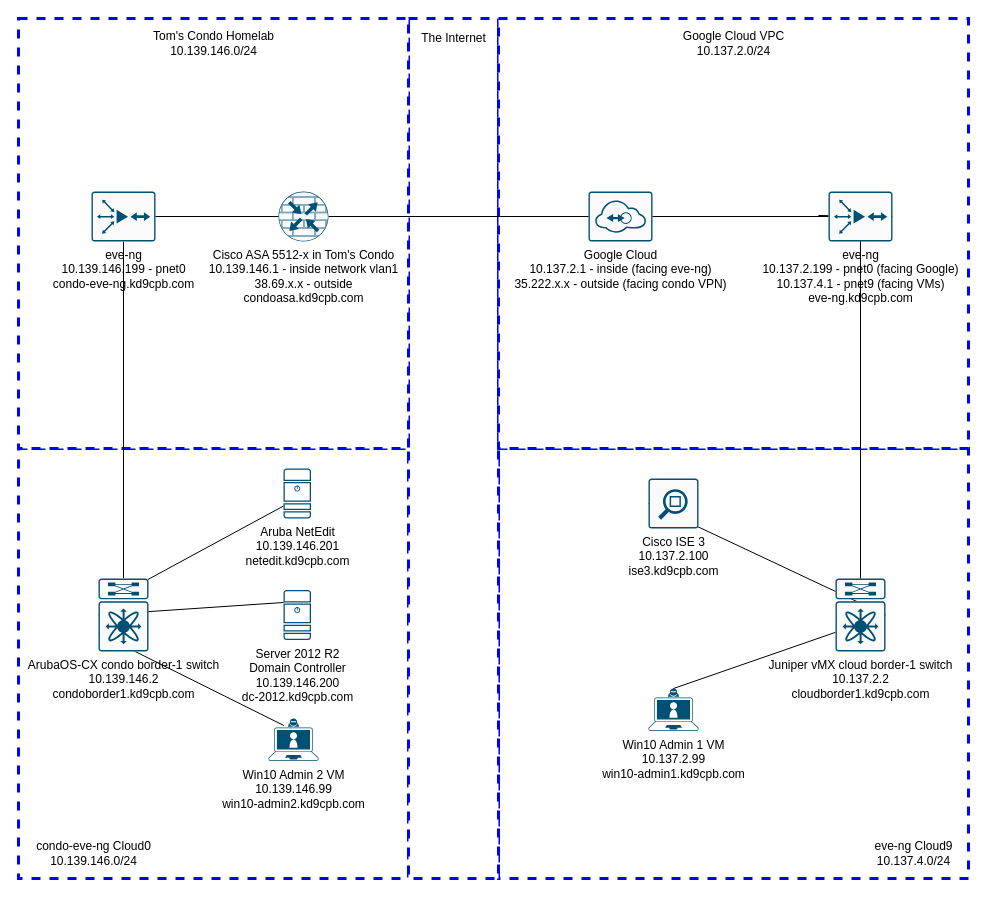
Earlier version of the draw.io diagram lab1/initial_lab.drawio (lboue/homelab). Source tidied: cells renumbered, new cells numbered last; positions are measured from the earlier drawing's top-left corner, leaving out a move shared by most shapes. Both pictures are drawn from the tidied source at 100%, with x=0, y=0 at pixel (18, 18).
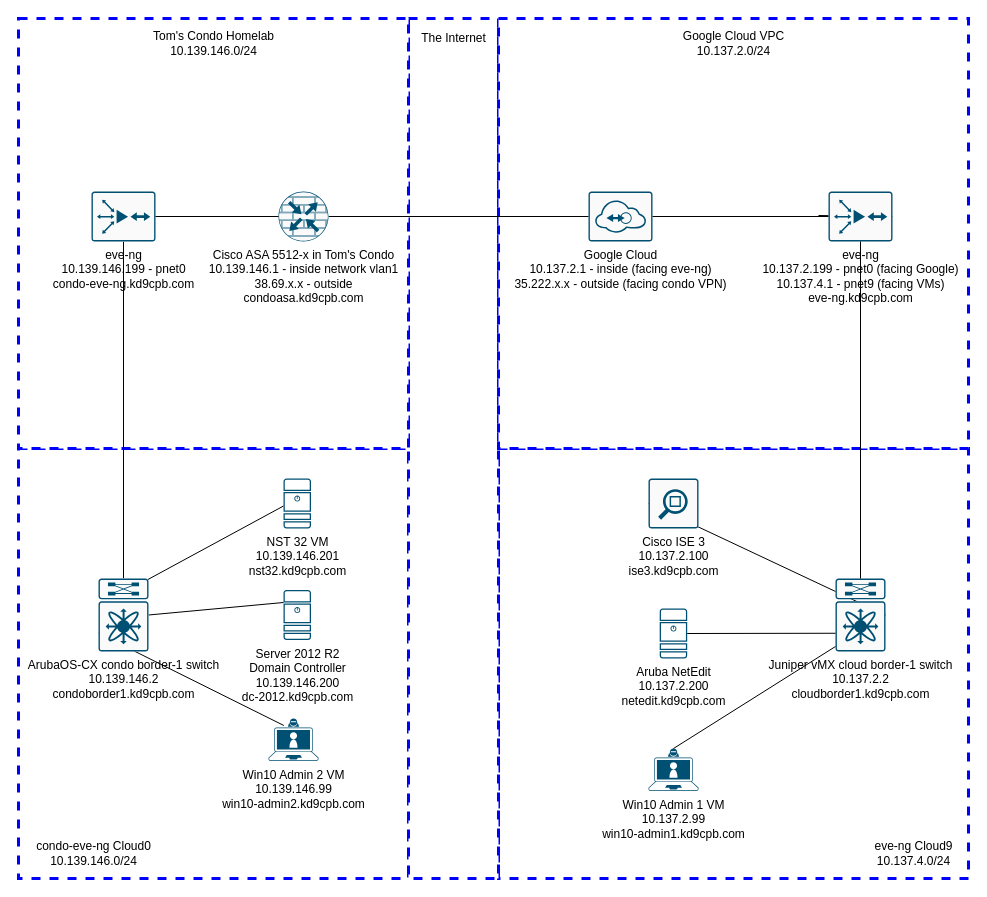
Above is the later version.

The change refers to these unchanged cells:
```xml
<mxCell id="11" value="Juniper vMX cloud border-1 switch&lt;br&gt;10.137.2.2&lt;br&gt;cloudborder1.kd9cpb.com" style="points=[[0.015,0.015,0],[0.985,0.015,0],[0.985,0.985,0],[0.015,0.985,0],[0.25,0,0],[0.5,0,0],[0.75,0,0],[1,0.25,0],[1,0.5,0],[1,0.75,0],[0.75,1,0],[0.5,1,0],[0.25,1,0],[0,0.75,0],[0,0.5,0],[0,0.25,0]];verticalLabelPosition=bottom;html=1;verticalAlign=top;align=center;shape=mxgraph.cisco19.rect;prIcon=nexus_7k;fillColor=#FAFAFA;strokeColor=#005073;" parent="1" vertex="1">
  <mxGeometry x="817" y="560" width="50" height="73" as="geometry" />
</mxCell>
<mxCell id="18" value="Server 2012 R2 &lt;br&gt;Domain Controller&lt;br&gt;10.139.146.200&lt;br&gt;dc-2012.kd9cpb.com" style="points=[[0.015,0.015,0],[0.985,0.015,0],[0.985,0.985,0],[0.015,0.985,0],[0.25,0,0],[0.5,0,0],[0.75,0,0],[1,0.25,0],[1,0.5,0],[1,0.75,0],[0.75,1,0],[0.5,1,0],[0.25,1,0],[0,0.75,0],[0,0.5,0],[0,0.25,0]];verticalLabelPosition=bottom;html=1;verticalAlign=top;align=center;shape=mxgraph.cisco19.server;fillColor=#005073;strokeColor=none;" parent="1" vertex="1">
  <mxGeometry x="265" y="571.5" width="27.5" height="50" as="geometry" />
</mxCell>
<mxCell id="22" value="ArubaOS-CX condo border-1 switch&lt;br&gt;10.139.146.2&lt;br&gt;condoborder1.kd9cpb.com" style="points=[[0.015,0.015,0],[0.985,0.015,0],[0.985,0.985,0],[0.015,0.985,0],[0.25,0,0],[0.5,0,0],[0.75,0,0],[1,0.25,0],[1,0.5,0],[1,0.75,0],[0.75,1,0],[0.5,1,0],[0.25,1,0],[0,0.75,0],[0,0.5,0],[0,0.25,0]];verticalLabelPosition=bottom;html=1;verticalAlign=top;align=center;shape=mxgraph.cisco19.rect;prIcon=nexus_7k;fillColor=#FAFAFA;strokeColor=#005073;" parent="1" vertex="1">
  <mxGeometry x="80" y="560" width="50" height="73" as="geometry" />
</mxCell>
```

What changed in the source:
```diff
@@
     <mxCell id="9" value="Win10 Admin 1 VM&lt;br&gt;10.137.2.99&lt;br&gt;win10-admin1.kd9cpb.com" style="points=[[0.13,0.225,0],[0.5,0,0],[0.87,0.225,0],[0.885,0.5,0],[0.985,0.99,0],[0.5,1,0],[0.015,0.99,0],[0.115,0.5,0]];verticalLabelPosition=bottom;html=1;verticalAlign=top;align=center;shape=mxgraph.cisco19.laptop_video_client;fillColor=#005073;strokeColor=none;" parent="1" vertex="1">
-      <mxGeometry x="630" y="670" width="50" height="42.5" as="geometry" />
+      <mxGeometry x="630" y="730" width="50" height="42.5" as="geometry" />
     </mxCell>
@@
-    <mxCell id="19" style="edgeStyle=none;rounded=0;jettySize=auto;html=1;exitX=0.985;exitY=0.015;exitDx=0;exitDy=0;exitPerimeter=0;entryX=0;entryY=0.75;entryDx=0;entryDy=0;entryPerimeter=0;endArrow=none;endFill=0;" parent="1" edge="1" source="22" target="23">
-      <mxGeometry relative="1" as="geometry" />
+    <mxCell id="19" style="edgeStyle=none;rounded=0;jettySize=auto;html=1;exitX=0.985;exitY=0.015;exitDx=0;exitDy=0;exitPerimeter=0;entryX=0;entryY=0.75;entryDx=0;entryDy=0;entryPerimeter=0;endArrow=none;endFill=0;" parent="1" edge="1" source="22">
+      <mxGeometry relative="1" as="geometry">
+        <mxPoint x="265" y="487.5" as="targetPoint" />
+      </mxGeometry>
     </mxCell>
-    <mxCell id="20" style="edgeStyle=none;rounded=0;jettySize=auto;html=1;exitX=0;exitY=0.5;exitDx=0;exitDy=0;exitPerimeter=0;endArrow=none;endFill=0;entryX=0;entryY=0.25;entryDx=0;entryDy=0;entryPerimeter=0;" parent="1" edge="1" source="22" target="18">
+    <mxCell id="20" style="edgeStyle=none;rounded=0;jettySize=auto;html=1;exitX=1;exitY=0.5;exitDx=0;exitDy=0;exitPerimeter=0;endArrow=none;endFill=0;entryX=0;entryY=0.25;entryDx=0;entryDy=0;entryPerimeter=0;" parent="1" edge="1" source="22" target="18">
       <mxGeometry relative="1" as="geometry" />
     </mxCell>
@@
-    <mxCell id="23" value="Aruba NetEdit&lt;br&gt;10.139.146.201&lt;br&gt;netedit.kd9cpb.com" style="points=[[0.015,0.015,0],[0.985,0.015,0],[0.985,0.985,0],[0.015,0.985,0],[0.25,0,0],[0.5,0,0],[0.75,0,0],[1,0.25,0],[1,0.5,0],[1,0.75,0],[0.75,1,0],[0.5,1,0],[0.25,1,0],[0,0.75,0],[0,0.5,0],[0,0.25,0]];verticalLabelPosition=bottom;html=1;verticalAlign=top;align=center;shape=mxgraph.cisco19.server;fillColor=#005073;strokeColor=none;" parent="1" vertex="1">
-      <mxGeometry x="265" y="450" width="27.5" height="50" as="geometry" />
-    </mxCell>
@@
+    <mxCell id="35" value="Aruba NetEdit&lt;br&gt;10.137.2.200&lt;br&gt;netedit.kd9cpb.com" style="points=[[0.015,0.015,0],[0.985,0.015,0],[0.985,0.985,0],[0.015,0.985,0],[0.25,0,0],[0.5,0,0],[0.75,0,0],[1,0.25,0],[1,0.5,0],[1,0.75,0],[0.75,1,0],[0.5,1,0],[0.25,1,0],[0,0.75,0],[0,0.5,0],[0,0.25,0]];verticalLabelPosition=bottom;html=1;verticalAlign=top;align=center;shape=mxgraph.cisco19.server;fillColor=#005073;strokeColor=none;" parent="1" vertex="1">
+      <mxGeometry x="641.2" y="590" width="27.5" height="50" as="geometry" />
+    </mxCell>
+    <mxCell id="36" value="NST 32 VM&lt;br&gt;10.139.146.201&lt;br&gt;nst32.kd9cpb.com" style="verticalLabelPosition=bottom;html=1;verticalAlign=top;align=center;shape=mxgraph.cisco19.server;fillColor=#005073;strokeColor=none;" parent="1" vertex="1">
+      <mxGeometry x="265" y="460" width="27.5" height="50" as="geometry" />
+    </mxCell>
+    <mxCell id="37" style="edgeStyle=none;rounded=0;jettySize=auto;html=1;exitX=1;exitY=0.5;exitDx=0;exitDy=0;exitPerimeter=0;endArrow=none;endFill=0;entryX=0;entryY=0.75;entryDx=0;entryDy=0;entryPerimeter=0;" parent="1" edge="1" source="35" target="11">
+      <mxGeometry relative="1" as="geometry" />
+    </mxCell>
```
